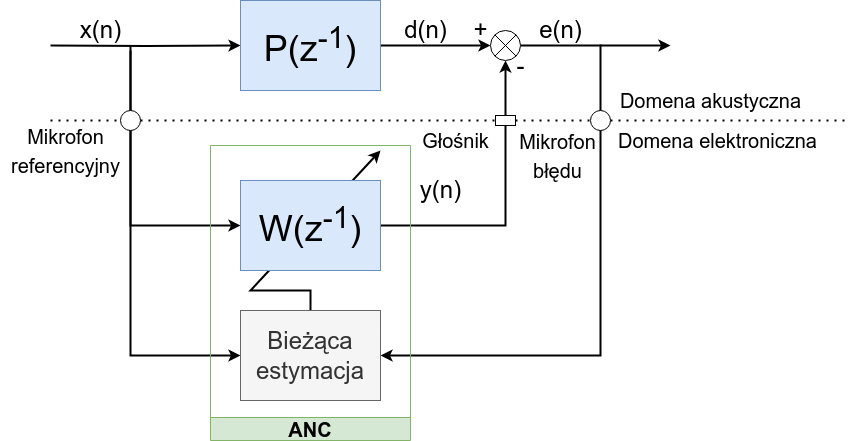
This is docs/polsl/thesis/graf/analysis/scheme_1.png from kopiecki/anc, a draw.io export, as it was before one commit. Source tidied: cells renumbered, new cells last; positions are measured from the earlier drawing's top-left corner, leaving out a move shared by most shapes.
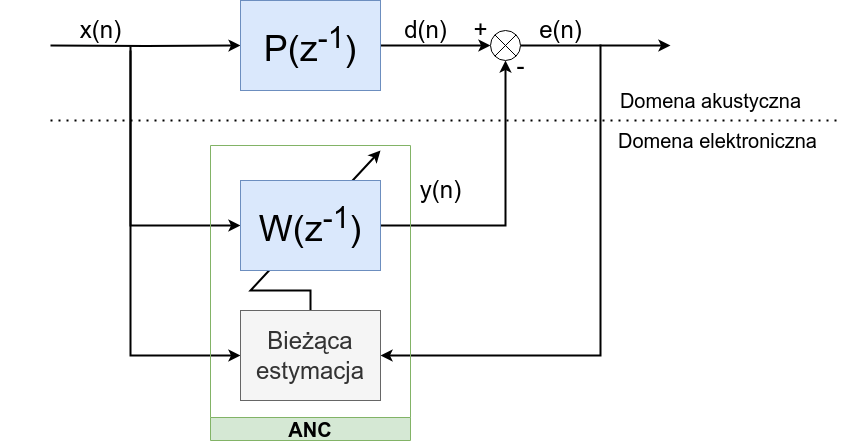
The same file after the commit.

Diff of the diagram source:
```diff
@@ -96,45 +96,17 @@
     <mxCell id="24" value="y(n)" style="text;html=1;align=center;verticalAlign=middle;strokeColor=none;fillColor=none;fontSize=24;" parent="23" vertex="1">
       <mxGeometry x="410" y="90" width="60" height="40" as="geometry" />
     </mxCell>
-    <mxCell id="25" style="endArrow=none;dashed=1;html=1;dashPattern=1 3;strokeWidth=2;rounded=0;" parent="23" edge="1" source="30">
-      <mxGeometry relative="1" as="geometry">
-        <mxPoint x="850" y="40" as="targetPoint" />
-      </mxGeometry>
-    </mxCell>
     <mxCell id="26" value="&lt;font style=&quot;font-size: 20px;&quot;&gt;Domena akustyczna&lt;/font&gt;" style="text;html=1;align=center;verticalAlign=middle;strokeColor=none;fillColor=none;fontSize=24;" parent="23" vertex="1">
       <mxGeometry x="610" width="200" height="40" as="geometry" />
     </mxCell>
     <mxCell id="27" value="&lt;font style=&quot;font-size: 20px;&quot;&gt;Domena elektroniczna&lt;/font&gt;" style="text;html=1;align=center;verticalAlign=middle;strokeColor=none;fillColor=none;fontSize=24;" parent="23" vertex="1">
       <mxGeometry x="607" y="40" width="220" height="40" as="geometry" />
     </mxCell>
-    <mxCell id="28" style="endArrow=none;dashed=1;html=1;dashPattern=1 3;strokeWidth=2;rounded=0;" parent="23" edge="1" target="29">
+    <mxCell id="28" style="endArrow=none;dashed=1;html=1;dashPattern=1 3;strokeWidth=2;rounded=0;" parent="23" edge="1">
       <mxGeometry relative="1" as="geometry">
         <mxPoint x="50" y="40" as="sourcePoint" />
+        <mxPoint x="840" y="40" as="targetPoint" />
       </mxGeometry>
     </mxCell>
-    <mxCell id="29" style="ellipse;whiteSpace=wrap;html=1;" parent="23" vertex="1">
-      <mxGeometry x="120" y="30" width="20" height="20" as="geometry" />
-    </mxCell>
-    <mxCell id="30" style="ellipse;whiteSpace=wrap;html=1;" parent="23" vertex="1">
-      <mxGeometry x="590" y="30" width="20" height="20" as="geometry" />
-    </mxCell>
-    <mxCell id="31" style="endArrow=none;dashed=1;html=1;dashPattern=1 3;strokeWidth=2;rounded=0;" parent="23" edge="1" source="29" target="32">
-      <mxGeometry relative="1" as="geometry" />
-    </mxCell>
-    <mxCell id="32" style="rounded=0;whiteSpace=wrap;html=1;" parent="23" vertex="1">
-      <mxGeometry x="495" y="35" width="20" height="10" as="geometry" />
-    </mxCell>
-    <mxCell id="33" style="endArrow=none;dashed=1;html=1;dashPattern=1 3;strokeWidth=2;rounded=0;" parent="23" edge="1" source="32" target="30">
-      <mxGeometry relative="1" as="geometry" />
-    </mxCell>
-    <mxCell id="34" value="&lt;font style=&quot;font-size: 20px;&quot;&gt;Mikrofon&lt;br&gt;referencyjny&lt;br&gt;&lt;/font&gt;" style="text;html=1;align=center;verticalAlign=middle;strokeColor=none;fillColor=none;fontSize=24;" parent="23" vertex="1">
-      <mxGeometry y="35" width="130" height="70" as="geometry" />
-    </mxCell>
-    <mxCell id="35" value="&lt;font style=&quot;font-size: 20px;&quot;&gt;Głośnik&lt;br&gt;&lt;/font&gt;" style="text;html=1;align=center;verticalAlign=middle;strokeColor=none;fillColor=none;fontSize=24;" parent="23" vertex="1">
-      <mxGeometry x="410" y="40" width="90" height="40" as="geometry" />
-    </mxCell>
-    <mxCell id="36" value="&lt;font style=&quot;font-size: 20px;&quot;&gt;Mikrofon&lt;br&gt;błędu&lt;br&gt;&lt;/font&gt;" style="text;html=1;align=center;verticalAlign=middle;strokeColor=none;fillColor=none;fontSize=24;" parent="23" vertex="1">
-      <mxGeometry x="507" y="40" width="100" height="70" as="geometry" />
-    </mxCell>
   </root>
 </mxGraphModel>
```
